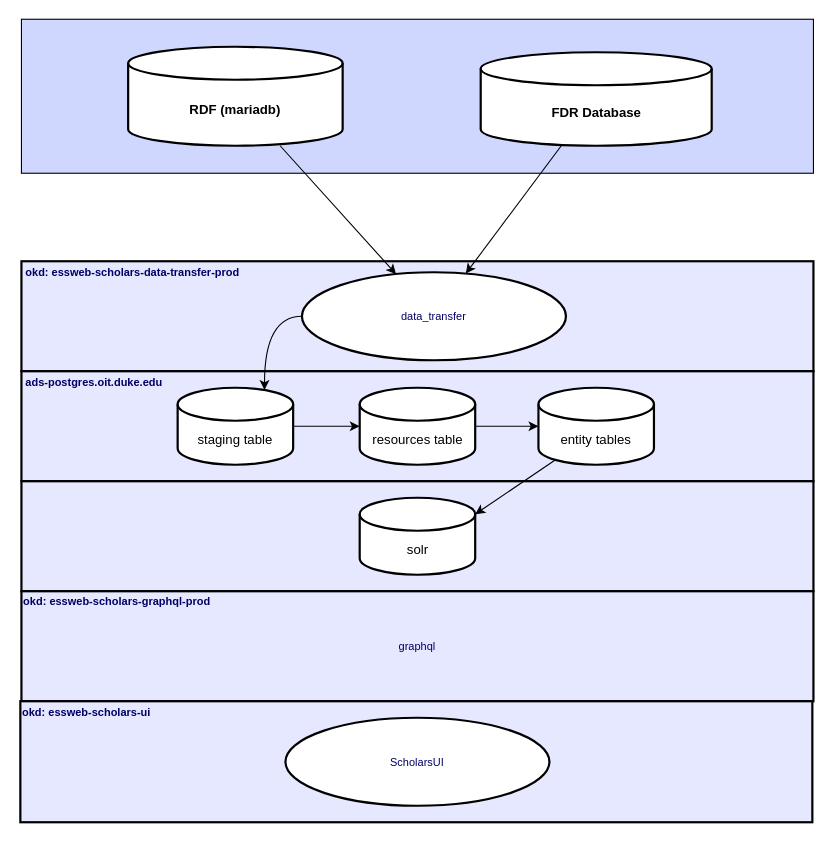
Above: DataFlowDiagram - New - HighLevel.drawio in tibbs001/scholars (draw.io), before the change. Source tidied: cells renumbered, new cells numbered last; positions are measured from the earlier drawing's top-left corner, leaving out a move shared by most shapes. Both pictures are drawn from the tidied source at 110%, with x=0, y=0 at pixel (20, 19).
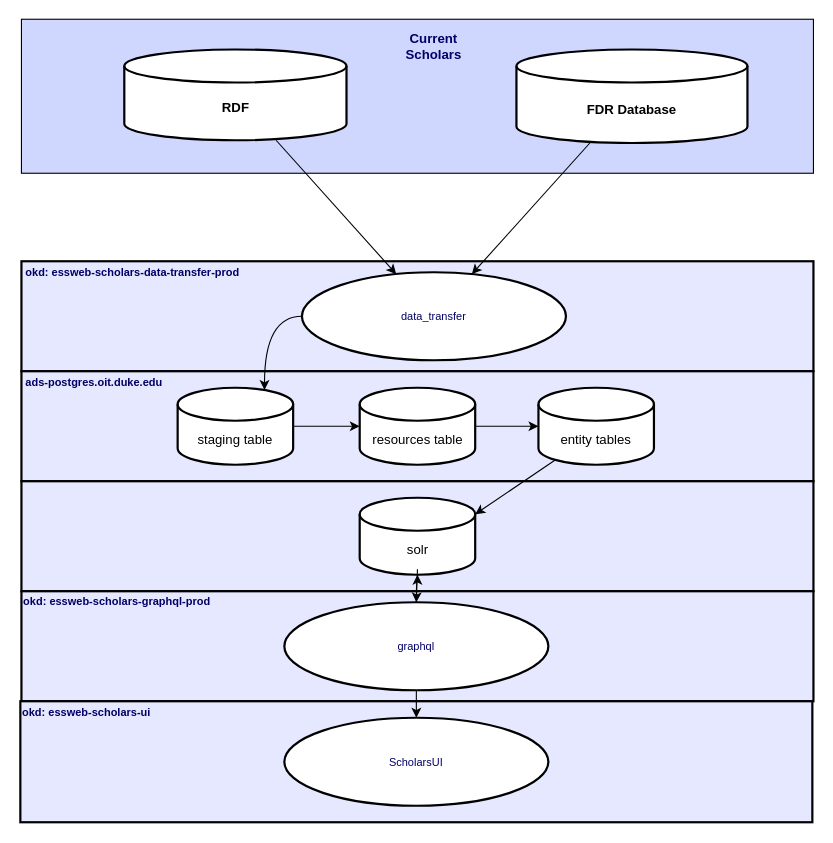
The same diagram, later.

Unchanged cells that the change refers to:
```xml
<mxCell id="24" value="solr" style="shape=cylinder3;whiteSpace=wrap;html=1;boundedLbl=1;backgroundOutline=1;size=15;strokeWidth=2;" parent="1" vertex="1">
  <mxGeometry x="308.5" y="435" width="105" height="70" as="geometry" />
</mxCell>
```

Diff of the diagram source:
```diff
@@
-    <mxCell id="6" value="graphql" style="whiteSpace=wrap;html=1;rounded=0;labelBackgroundColor=none;labelBorderColor=none;fontFamily=Helvetica;fontSize=10;fontColor=#000066;strokeWidth=2;fillColor=#E6E8FF;" parent="1" vertex="1">
+    <mxCell id="6" style="whiteSpace=wrap;html=1;rounded=0;labelBackgroundColor=none;labelBorderColor=none;fontFamily=Helvetica;fontSize=10;fontColor=#000066;strokeWidth=2;fillColor=#E6E8FF;" parent="1" vertex="1">
       <mxGeometry x="1" y="520" width="720" height="100" as="geometry" />
     </mxCell>
@@
     <mxCell id="8" value="&lt;b&gt;FDR Database&lt;/b&gt;" style="shape=cylinder3;whiteSpace=wrap;html=1;boundedLbl=1;backgroundOutline=1;size=15;strokeWidth=2;" parent="1" vertex="1">
-      <mxGeometry x="418.5" y="30" width="210" height="85" as="geometry" />
+      <mxGeometry x="451" y="27.5" width="210" height="85" as="geometry" />
     </mxCell>
-    <mxCell id="9" value="&lt;b&gt;RDF (mariadb)&lt;/b&gt;" style="shape=cylinder3;whiteSpace=wrap;html=1;boundedLbl=1;backgroundOutline=1;size=15;strokeWidth=2;" parent="1" vertex="1">
-      <mxGeometry x="98" y="25" width="195" height="90" as="geometry" />
+    <mxCell id="9" value="&lt;b&gt;RDF&lt;/b&gt;" style="shape=cylinder3;whiteSpace=wrap;html=1;boundedLbl=1;backgroundOutline=1;size=15;strokeWidth=2;" parent="1" vertex="1">
+      <mxGeometry x="94.5" y="27.5" width="202" height="82.5" as="geometry" />
     </mxCell>
@@
     <mxCell id="16" value="ScholarsUI" style="ellipse;whiteSpace=wrap;html=1;rounded=0;labelBackgroundColor=none;labelBorderColor=none;fontFamily=Helvetica;fontSize=10;fontColor=#000066;strokeWidth=2;fillColor=#FFFFFF;" parent="1" vertex="1">
-      <mxGeometry x="241" y="635" width="240" height="80" as="geometry" />
+      <mxGeometry x="240" y="635" width="240" height="80" as="geometry" />
     </mxCell>
@@
+    <mxCell id="26" value="&lt;font style=&quot;font-size: 12px&quot;&gt;&lt;b&gt;Current Scholars&lt;/b&gt;&lt;/font&gt;" style="text;html=1;strokeColor=none;fillColor=none;align=center;verticalAlign=middle;whiteSpace=wrap;rounded=0;labelBackgroundColor=none;labelBorderColor=none;fontFamily=Helvetica;fontSize=10;fontColor=#000066;" parent="1" vertex="1">
+      <mxGeometry x="346" y="10" width="60" height="30" as="geometry" />
+    </mxCell>
+    <mxCell id="27" style="edgeStyle=orthogonalEdgeStyle;curved=1;rounded=0;jettySize=auto;html=1;fontFamily=Helvetica;fontSize=12;fontColor=#000066;" parent="1" edge="1" source="28" target="24">
+      <mxGeometry relative="1" as="geometry" />
+    </mxCell>
+    <mxCell id="28" value="graphql" style="ellipse;whiteSpace=wrap;html=1;rounded=0;labelBackgroundColor=none;labelBorderColor=none;fontFamily=Helvetica;fontSize=10;fontColor=#000066;strokeWidth=2;fillColor=#FFFFFF;" parent="1" vertex="1">
+      <mxGeometry x="240" y="530" width="240" height="80" as="geometry" />
+    </mxCell>
+    <mxCell id="29" style="endArrow=classic;html=1;rounded=0;fontFamily=Helvetica;fontSize=12;fontColor=#000066;curved=1;entryX=0.5;entryY=0;entryDx=0;entryDy=0;" parent="1" edge="1" target="28">
+      <mxGeometry relative="1" as="geometry">
+        <mxPoint x="361" y="500" as="sourcePoint" />
+      </mxGeometry>
+    </mxCell>
+    <mxCell id="30" style="endArrow=classic;html=1;rounded=0;fontFamily=Helvetica;fontSize=12;fontColor=#000066;curved=1;exitX=0.5;exitY=1;exitDx=0;exitDy=0;" parent="1" edge="1" source="28" target="16">
+      <mxGeometry relative="1" as="geometry" />
+    </mxCell>
```
